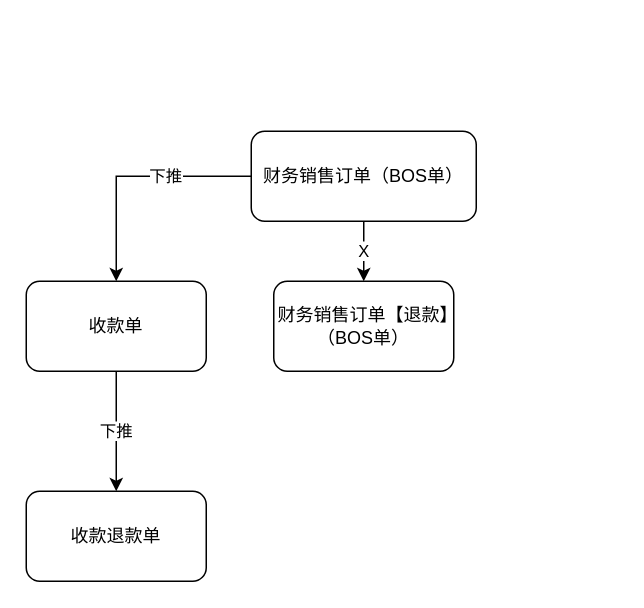
Before: 财务一体化单据下推关系图.drawio in canonnk/draw.io.repository, a draw.io diagram. Source tidied: cells renumbered, new cells numbered last; positions are measured from the earlier drawing's top-left corner, leaving out a move shared by most shapes. Both pictures are drawn from the tidied source at 150%, with x=0, y=0 at pixel (26, 130).
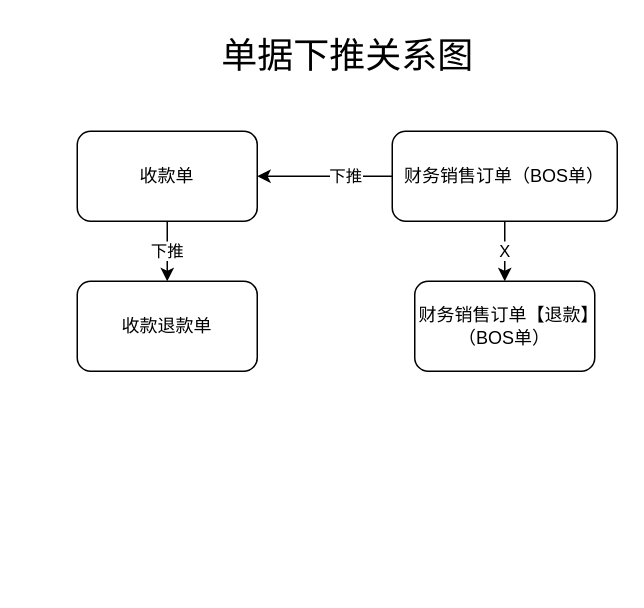
The same diagram, later.

Commit message (it also covers changes not shown here):
更新财务一体化单据下推关系图.drawio

The edit, as a diff of the source:
```diff
@@
 <mxGraphModel>
   <root>
     <mxCell id="0" />
     <mxCell id="1" parent="0" />
     <mxCell id="2" style="edgeStyle=orthogonalEdgeStyle;rounded=0;jettySize=auto;html=1;" parent="1" edge="1" source="5" target="7">
       <mxGeometry relative="1" as="geometry" />
     </mxCell>
     <mxCell id="3" value="下推" style="edgeLabel;html=1;align=center;verticalAlign=middle;" parent="2" vertex="1">
       <mxGeometry x="-0.28" y="-1" relative="1" as="geometry" />
     </mxCell>
     <mxCell id="4" value="X" style="edgeStyle=orthogonalEdgeStyle;rounded=0;jettySize=auto;html=1;" parent="1" edge="1" source="5" target="9">
       <mxGeometry relative="1" as="geometry" />
     </mxCell>
     <mxCell id="5" value="财务销售订单（BOS单）" style="rounded=1;whiteSpace=wrap;html=1;" parent="1" vertex="1">
-      <mxGeometry x="150" width="150" height="60" as="geometry" />
+      <mxGeometry x="244" width="150" height="60" as="geometry" />
     </mxCell>
     <mxCell id="6" value="下推" style="edgeStyle=orthogonalEdgeStyle;rounded=0;jettySize=auto;html=1;" parent="1" edge="1" source="7" target="8">
       <mxGeometry relative="1" as="geometry" />
     </mxCell>
     <mxCell id="7" value="收款单" style="whiteSpace=wrap;html=1;rounded=1;" parent="1" vertex="1">
-      <mxGeometry y="100" width="120" height="60" as="geometry" />
+      <mxGeometry x="34" width="120" height="60" as="geometry" />
     </mxCell>
     <mxCell id="8" value="收款退款单" style="whiteSpace=wrap;html=1;rounded=1;" parent="1" vertex="1">
-      <mxGeometry y="240" width="120" height="60" as="geometry" />
+      <mxGeometry x="34" y="100" width="120" height="60" as="geometry" />
     </mxCell>
     <mxCell id="9" value="财务销售订单【退款】（BOS单）" style="whiteSpace=wrap;html=1;rounded=1;" parent="1" vertex="1">
-      <mxGeometry x="165" y="100" width="120" height="60" as="geometry" />
+      <mxGeometry x="259" y="100" width="120" height="60" as="geometry" />
     </mxCell>
+    <mxCell id="10" value="&lt;font style=&quot;font-size: 24px;&quot;&gt;单据下推关系图&lt;/font&gt;" style="text;html=1;align=center;verticalAlign=middle;strokeColor=none;fillColor=none;" parent="1" vertex="1">
+      <mxGeometry x="119" y="-70" width="190" height="40" as="geometry" />
+    </mxCell>
   </root>
 </mxGraphModel>
```
